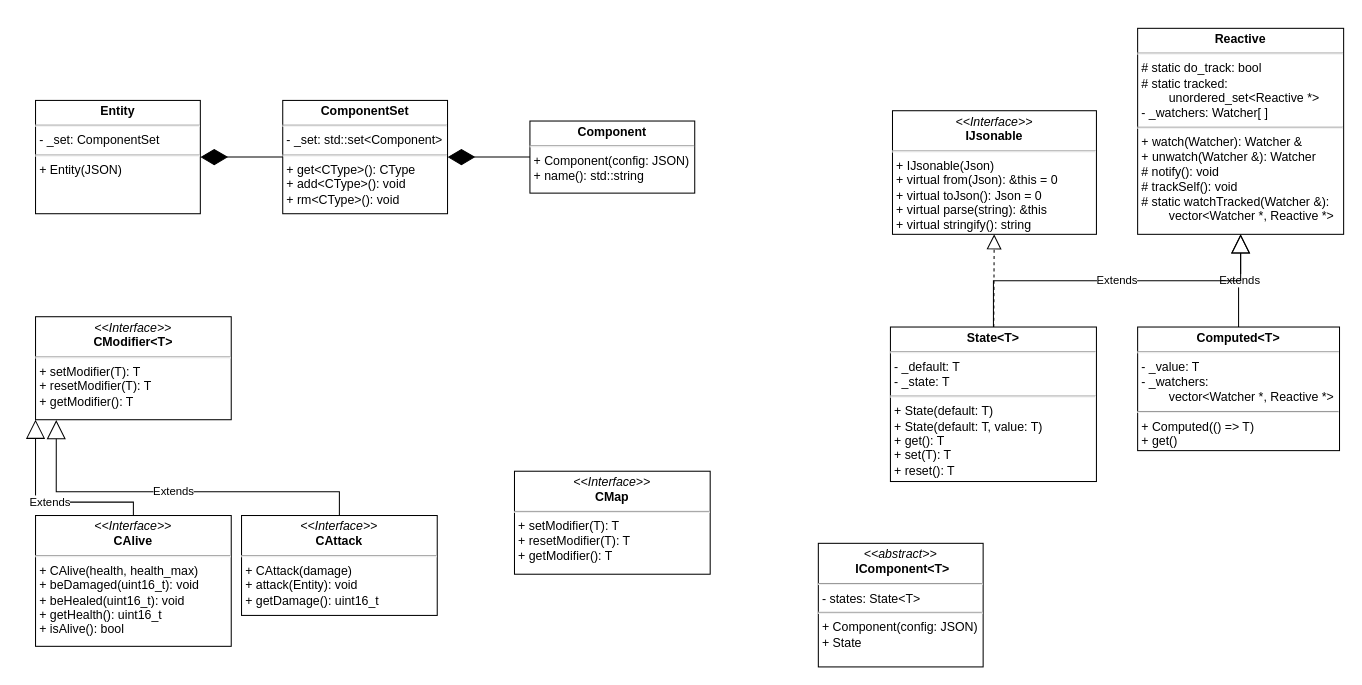
vSEK1RO/nekomancer keeps this draw.io diagram as uml.drawio. Above is the earlier version. Source tidied: cells renumbered, new cells numbered last; positions are measured from the earlier drawing's top-left corner, leaving out a move shared by most shapes. Both pictures are drawn from the tidied source at 103%, with x=0, y=0 at pixel (35, 28).
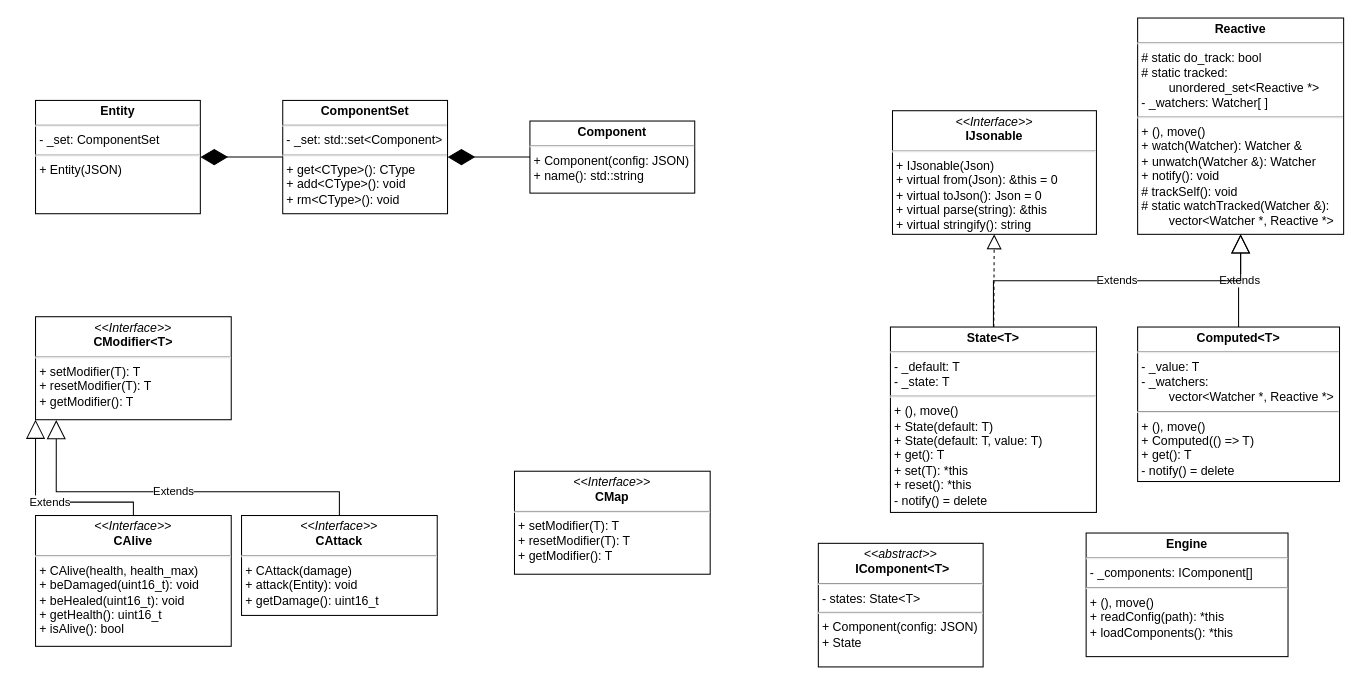
The same page after the edit.

The edit, as a diff of the source:
```diff
@@
-    <mxCell id="14" value="&lt;p style=&quot;margin:0px;margin-top:4px;text-align:center;&quot;&gt;&lt;b&gt;Computed&amp;lt;T&amp;gt;&lt;/b&gt;&lt;/p&gt;&lt;hr&gt;&lt;p style=&quot;margin:0px;margin-left:4px;&quot;&gt;&lt;span style=&quot;background-color: initial;&quot;&gt;- _value: T&lt;/span&gt;&lt;/p&gt;&lt;p style=&quot;margin:0px;margin-left:4px;&quot;&gt;&lt;span style=&quot;background-color: initial;&quot;&gt;- _watchers:&lt;/span&gt;&lt;/p&gt;&lt;p style=&quot;margin:0px;margin-left:4px;&quot;&gt;&lt;span style=&quot;background-color: initial;&quot;&gt;&lt;span style=&quot;white-space: pre;&quot;&gt;&#9;&lt;/span&gt;vector&amp;lt;Watcher *, Reactive *&amp;gt;&lt;/span&gt;&lt;/p&gt;&lt;hr&gt;&lt;p style=&quot;margin:0px;margin-left:4px;&quot;&gt;&lt;span style=&quot;background-color: initial;&quot;&gt;+ Computed(() =&amp;gt; T)&lt;/span&gt;&lt;/p&gt;&lt;p style=&quot;margin:0px;margin-left:4px;&quot;&gt;&lt;span style=&quot;background-color: initial;&quot;&gt;+ get()&lt;/span&gt;&lt;/p&gt;" style="verticalAlign=top;align=left;overflow=fill;html=1;whiteSpace=wrap;" parent="1" vertex="1">
-      <mxGeometry x="1070" y="290" width="196" height="120" as="geometry" />
+    <mxCell id="14" value="&lt;p style=&quot;margin:0px;margin-top:4px;text-align:center;&quot;&gt;&lt;b&gt;Computed&amp;lt;T&amp;gt;&lt;/b&gt;&lt;/p&gt;&lt;hr&gt;&lt;p style=&quot;margin:0px;margin-left:4px;&quot;&gt;&lt;span style=&quot;background-color: initial;&quot;&gt;- _value: T&lt;/span&gt;&lt;/p&gt;&lt;p style=&quot;margin:0px;margin-left:4px;&quot;&gt;&lt;span style=&quot;background-color: initial;&quot;&gt;- _watchers:&lt;/span&gt;&lt;/p&gt;&lt;p style=&quot;margin:0px;margin-left:4px;&quot;&gt;&lt;span style=&quot;background-color: initial;&quot;&gt;&lt;span style=&quot;white-space: pre;&quot;&gt;&#9;&lt;/span&gt;vector&amp;lt;Watcher *, Reactive *&amp;gt;&lt;/span&gt;&lt;/p&gt;&lt;hr&gt;&lt;p style=&quot;margin:0px;margin-left:4px;&quot;&gt;&lt;span style=&quot;background-color: initial;&quot;&gt;+ (), move()&lt;br&gt;+ Computed(() =&amp;gt; T)&lt;/span&gt;&lt;/p&gt;&lt;p style=&quot;margin:0px;margin-left:4px;&quot;&gt;&lt;span style=&quot;background-color: initial;&quot;&gt;+ get(): T&lt;/span&gt;&lt;/p&gt;&lt;p style=&quot;margin:0px;margin-left:4px;&quot;&gt;&lt;span style=&quot;background-color: initial;&quot;&gt;- notify() = delete&lt;/span&gt;&lt;/p&gt;" style="verticalAlign=top;align=left;overflow=fill;html=1;whiteSpace=wrap;" parent="1" vertex="1">
+      <mxGeometry x="1070" y="290" width="196" height="150" as="geometry" />
     </mxCell>
-    <mxCell id="15" value="&lt;p style=&quot;margin:0px;margin-top:4px;text-align:center;&quot;&gt;&lt;b&gt;Reactive&lt;/b&gt;&lt;/p&gt;&lt;hr&gt;&lt;p style=&quot;margin: 0px 0px 0px 4px;&quot;&gt;# static do_track: bool&lt;/p&gt;&lt;p style=&quot;margin: 0px 0px 0px 4px;&quot;&gt;# static tracked: &lt;span style=&quot;white-space: pre;&quot;&gt;&#9;&lt;/span&gt;unordered_set&amp;lt;Reactive *&amp;gt;&lt;/p&gt;&lt;p style=&quot;margin: 0px 0px 0px 4px;&quot;&gt;- _watchers: Watcher[ ]&lt;/p&gt;&lt;hr&gt;&lt;p style=&quot;margin: 0px 0px 0px 4px;&quot;&gt;+ watch(Watcher): Watcher &amp;amp;&lt;/p&gt;&lt;p style=&quot;margin: 0px 0px 0px 4px;&quot;&gt;+ unwatch(Watcher &amp;amp;): Watcher&lt;/p&gt;&lt;p style=&quot;margin: 0px 0px 0px 4px;&quot;&gt;# notify(): void&lt;/p&gt;&lt;p style=&quot;margin: 0px 0px 0px 4px;&quot;&gt;# trackSelf(): void&lt;/p&gt;&lt;p style=&quot;margin: 0px 0px 0px 4px;&quot;&gt;# static watchTracked(Watcher &amp;amp;): &lt;span style=&quot;white-space: pre;&quot;&gt;&#9;&lt;/span&gt;vector&amp;lt;Watcher *, Reactive *&amp;gt;&lt;/p&gt;" style="verticalAlign=top;align=left;overflow=fill;html=1;whiteSpace=wrap;" parent="1" vertex="1">
-      <mxGeometry x="1070" width="200" height="200" as="geometry" />
+    <mxCell id="15" value="&lt;p style=&quot;margin:0px;margin-top:4px;text-align:center;&quot;&gt;&lt;b&gt;Reactive&lt;/b&gt;&lt;/p&gt;&lt;hr&gt;&lt;p style=&quot;margin: 0px 0px 0px 4px;&quot;&gt;# static do_track: bool&lt;/p&gt;&lt;p style=&quot;margin: 0px 0px 0px 4px;&quot;&gt;# static tracked: &lt;span style=&quot;white-space: pre;&quot;&gt;&#9;&lt;/span&gt;unordered_set&amp;lt;Reactive *&amp;gt;&lt;/p&gt;&lt;p style=&quot;margin: 0px 0px 0px 4px;&quot;&gt;- _watchers: Watcher[ ]&lt;/p&gt;&lt;hr&gt;&lt;p style=&quot;margin: 0px 0px 0px 4px;&quot;&gt;+ (),&amp;nbsp;move()&lt;br&gt;+ watch(Watcher): Watcher &amp;amp;&lt;/p&gt;&lt;p style=&quot;margin: 0px 0px 0px 4px;&quot;&gt;+ unwatch(Watcher &amp;amp;): Watcher&lt;/p&gt;&lt;p style=&quot;margin: 0px 0px 0px 4px;&quot;&gt;+ notify(): void&lt;/p&gt;&lt;p style=&quot;margin: 0px 0px 0px 4px;&quot;&gt;# trackSelf(): void&lt;/p&gt;&lt;p style=&quot;margin: 0px 0px 0px 4px;&quot;&gt;# static watchTracked(Watcher &amp;amp;): &lt;span style=&quot;white-space: pre;&quot;&gt;&#9;&lt;/span&gt;vector&amp;lt;Watcher *, Reactive *&amp;gt;&lt;/p&gt;" style="verticalAlign=top;align=left;overflow=fill;html=1;whiteSpace=wrap;" parent="1" vertex="1">
+      <mxGeometry x="1070" y="-10" width="200" height="210" as="geometry" />
     </mxCell>
-    <mxCell id="16" value="&lt;p style=&quot;margin:0px;margin-top:4px;text-align:center;&quot;&gt;&lt;b&gt;State&amp;lt;T&amp;gt;&lt;/b&gt;&lt;/p&gt;&lt;hr&gt;&lt;p style=&quot;margin: 0px 0px 0px 4px;&quot;&gt;- _default: T&lt;/p&gt;&lt;p style=&quot;margin: 0px 0px 0px 4px;&quot;&gt;- _state: T&lt;/p&gt;&lt;hr&gt;&lt;p style=&quot;margin: 0px 0px 0px 4px;&quot;&gt;&lt;span style=&quot;background-color: initial;&quot;&gt;+ State(default: T)&lt;/span&gt;&lt;/p&gt;&lt;p style=&quot;margin: 0px 0px 0px 4px;&quot;&gt;&lt;span style=&quot;background-color: initial;&quot;&gt;+ State(default: T, value: T)&lt;/span&gt;&lt;/p&gt;&lt;p style=&quot;margin: 0px 0px 0px 4px;&quot;&gt;&lt;span style=&quot;background-color: initial;&quot;&gt;+ get(): T&lt;/span&gt;&lt;/p&gt;&lt;p style=&quot;margin: 0px 0px 0px 4px;&quot;&gt;+ set(T): T&lt;/p&gt;&lt;p style=&quot;margin: 0px 0px 0px 4px;&quot;&gt;+ reset(): T&lt;/p&gt;&lt;p style=&quot;margin: 0px 0px 0px 4px;&quot;&gt;&lt;br&gt;&lt;/p&gt;" style="verticalAlign=top;align=left;overflow=fill;html=1;whiteSpace=wrap;" parent="1" vertex="1">
-      <mxGeometry x="830" y="290" width="200" height="150" as="geometry" />
+    <mxCell id="16" value="&lt;p style=&quot;margin:0px;margin-top:4px;text-align:center;&quot;&gt;&lt;b&gt;State&amp;lt;T&amp;gt;&lt;/b&gt;&lt;/p&gt;&lt;hr&gt;&lt;p style=&quot;margin: 0px 0px 0px 4px;&quot;&gt;- _default: T&lt;/p&gt;&lt;p style=&quot;margin: 0px 0px 0px 4px;&quot;&gt;- _state: T&lt;/p&gt;&lt;hr&gt;&lt;p style=&quot;margin: 0px 0px 0px 4px;&quot;&gt;&lt;span style=&quot;background-color: initial;&quot;&gt;+ (), move()&lt;/span&gt;&lt;/p&gt;&lt;p style=&quot;margin: 0px 0px 0px 4px;&quot;&gt;&lt;span style=&quot;background-color: initial;&quot;&gt;+ State(default: T)&lt;/span&gt;&lt;/p&gt;&lt;p style=&quot;margin: 0px 0px 0px 4px;&quot;&gt;&lt;span style=&quot;background-color: initial;&quot;&gt;+ State(default: T, value: T)&lt;/span&gt;&lt;/p&gt;&lt;p style=&quot;margin: 0px 0px 0px 4px;&quot;&gt;&lt;span style=&quot;background-color: initial;&quot;&gt;+ get(): T&lt;/span&gt;&lt;/p&gt;&lt;p style=&quot;margin: 0px 0px 0px 4px;&quot;&gt;+ set(T): *this&lt;/p&gt;&lt;p style=&quot;margin: 0px 0px 0px 4px;&quot;&gt;+ reset(): *this&lt;/p&gt;&lt;p style=&quot;margin: 0px 0px 0px 4px;&quot;&gt;- notify() = delete&lt;/p&gt;&lt;p style=&quot;margin: 0px 0px 0px 4px;&quot;&gt;&lt;br&gt;&lt;/p&gt;" style="verticalAlign=top;align=left;overflow=fill;html=1;whiteSpace=wrap;" parent="1" vertex="1">
+      <mxGeometry x="830" y="290" width="200" height="180" as="geometry" />
     </mxCell>
@@
+    <mxCell id="22" value="&lt;p style=&quot;margin:0px;margin-top:4px;text-align:center;&quot;&gt;&lt;/p&gt;&lt;div style=&quot;text-align: center;&quot;&gt;&lt;b&gt;Engine&lt;/b&gt;&lt;/div&gt;&lt;hr&gt;&lt;p style=&quot;margin:0px;margin-left:4px;&quot;&gt;- _components: IComponent[]&lt;/p&gt;&lt;hr&gt;&lt;p style=&quot;margin:0px;margin-left:4px;&quot;&gt;+ (), move()&lt;/p&gt;&lt;p style=&quot;margin:0px;margin-left:4px;&quot;&gt;+ readConfig(path): *this&lt;/p&gt;&lt;p style=&quot;margin:0px;margin-left:4px;&quot;&gt;+ loadComponents(): *this&lt;/p&gt;" style="verticalAlign=top;align=left;overflow=fill;html=1;whiteSpace=wrap;" parent="1" vertex="1">
+      <mxGeometry x="1020" y="490" width="196" height="120" as="geometry" />
+    </mxCell>
```
